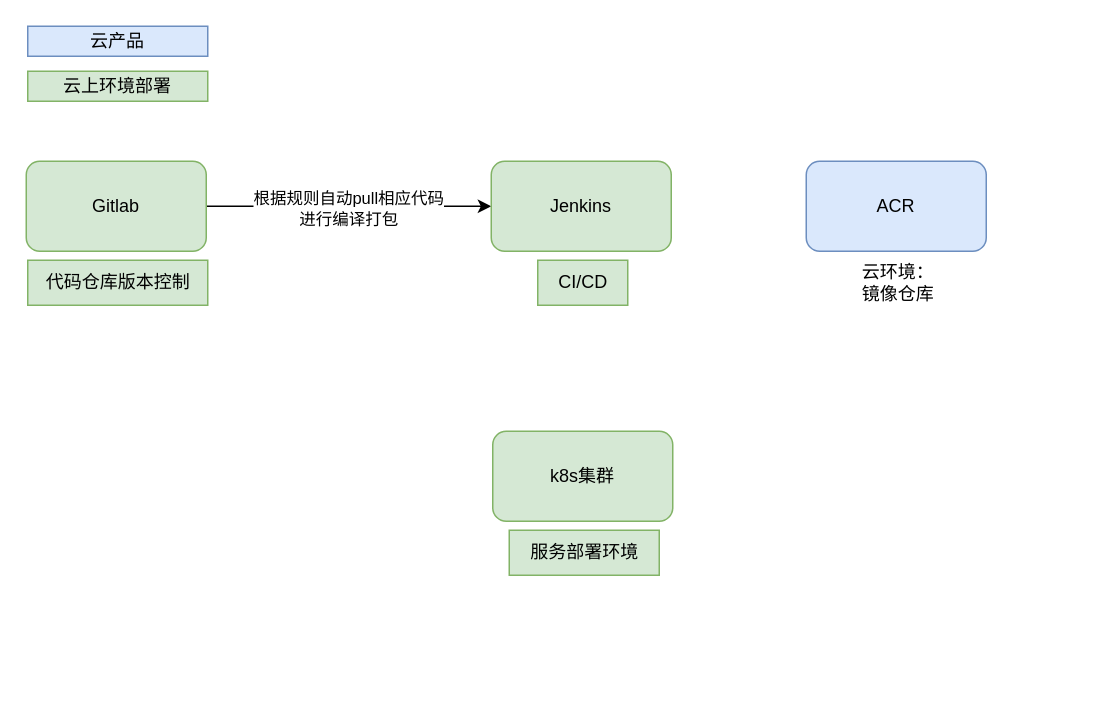
The draw.io diagram 未命名绘图2.drawio in nieo2002/20K-cities, before the edit. Source tidied: cells renumbered, new cells numbered last; positions are measured from the earlier drawing's top-left corner, leaving out a move shared by most shapes. Both pictures are drawn from the tidied source at 150%, with x=0, y=0 at pixel (26, 26).
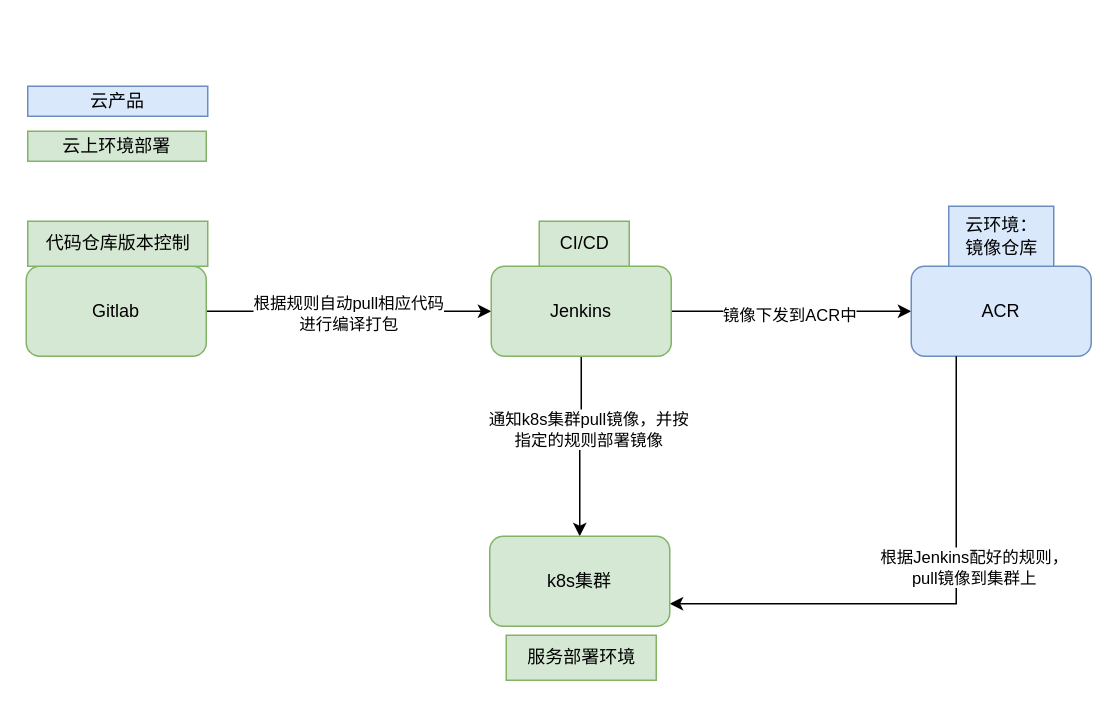
Above is the later version.

Commit message:
更新未命名绘图2.drawio

The edit, as a diff of the source:
```diff
@@
     <mxCell id="4" value="Gitlab" style="rounded=1;whiteSpace=wrap;html=1;fillColor=#d5e8d4;strokeColor=#82b366;" parent="1" vertex="1">
-      <mxGeometry y="90" width="120" height="60" as="geometry" />
+      <mxGeometry y="160" width="120" height="60" as="geometry" />
     </mxCell>
     <mxCell id="5" value="代码仓库版本控制" style="text;html=1;align=center;verticalAlign=middle;strokeColor=#82b366;fillColor=#d5e8d4;" parent="1" vertex="1">
-      <mxGeometry x="1" y="156" width="120" height="30" as="geometry" />
+      <mxGeometry x="1" y="130" width="120" height="30" as="geometry" />
     </mxCell>
+    <mxCell id="14" style="edgeStyle=orthogonalEdgeStyle;rounded=0;jettySize=auto;html=1;" parent="1" edge="1" source="6" target="8">
+      <mxGeometry relative="1" as="geometry" />
+    </mxCell>
+    <mxCell id="15" value="镜像下发到ACR中" style="edgeLabel;html=1;align=center;verticalAlign=middle;" parent="14" vertex="1">
+      <mxGeometry x="-0.03" y="-2" relative="1" as="geometry" />
+    </mxCell>
+    <mxCell id="16" style="edgeStyle=orthogonalEdgeStyle;rounded=0;jettySize=auto;html=1;entryX=0.5;entryY=0;entryDx=0;entryDy=0;" parent="1" edge="1" source="6" target="10">
+      <mxGeometry relative="1" as="geometry" />
+    </mxCell>
+    <mxCell id="17" value="通知k8s集群pull镜像，并按&lt;br&gt;指定的规则部署镜像" style="edgeLabel;html=1;align=center;verticalAlign=middle;" parent="16" vertex="1">
+      <mxGeometry x="-0.21" y="4" relative="1" as="geometry" />
+    </mxCell>
     <mxCell id="6" value="Jenkins" style="rounded=1;whiteSpace=wrap;html=1;fillColor=#d5e8d4;strokeColor=#82b366;" parent="1" vertex="1">
-      <mxGeometry x="310" y="90" width="120" height="60" as="geometry" />
+      <mxGeometry x="310" y="160" width="120" height="60" as="geometry" />
     </mxCell>
     <mxCell id="7" value="CI/CD" style="text;html=1;align=center;verticalAlign=middle;strokeColor=#82b366;fillColor=#d5e8d4;" parent="1" vertex="1">
-      <mxGeometry x="341" y="156" width="60" height="30" as="geometry" />
+      <mxGeometry x="342" y="130" width="60" height="30" as="geometry" />
     </mxCell>
     <mxCell id="8" value="ACR" style="rounded=1;whiteSpace=wrap;html=1;fillColor=#dae8fc;strokeColor=#6c8ebf;" parent="1" vertex="1">
-      <mxGeometry x="520" y="90" width="120" height="60" as="geometry" />
+      <mxGeometry x="590" y="160" width="120" height="60" as="geometry" />
     </mxCell>
+    <mxCell id="18" style="edgeStyle=orthogonalEdgeStyle;rounded=0;jettySize=auto;html=1;entryX=1;entryY=0.75;entryDx=0;entryDy=0;" parent="1" edge="1" target="10">
+      <mxGeometry relative="1" as="geometry">
+        <mxPoint x="620" y="220" as="sourcePoint" />
+        <Array as="points">
+          <mxPoint x="620" y="385" />
+        </Array>
+      </mxGeometry>
+    </mxCell>
+    <mxCell id="19" value="根据Jenkins配好的规则，&lt;br&gt;pull镜像到集群上" style="edgeLabel;html=1;align=center;verticalAlign=middle;" parent="18" vertex="1">
+      <mxGeometry x="0.2" y="3" relative="1" as="geometry">
+        <mxPoint x="60" y="-28" as="offset" />
+      </mxGeometry>
+    </mxCell>
-    <mxCell id="9" value="云环境：&lt;br&gt;镜像仓库" style="text;html=1;align=center;verticalAlign=middle;strokeColor=none;fillColor=none;" parent="1" vertex="1">
-      <mxGeometry x="546" y="151" width="70" height="40" as="geometry" />
+    <mxCell id="9" value="云环境：&lt;br&gt;镜像仓库" style="text;html=1;align=center;verticalAlign=middle;strokeColor=#6c8ebf;fillColor=#dae8fc;" parent="1" vertex="1">
+      <mxGeometry x="615" y="120" width="70" height="40" as="geometry" />
     </mxCell>
     <mxCell id="10" value="k8s集群" style="rounded=1;whiteSpace=wrap;html=1;fillColor=#d5e8d4;strokeColor=#82b366;" parent="1" vertex="1">
-      <mxGeometry x="311" y="270" width="120" height="60" as="geometry" />
+      <mxGeometry x="309" y="340" width="120" height="60" as="geometry" />
     </mxCell>
     <mxCell id="11" value="服务部署环境" style="text;html=1;align=center;verticalAlign=middle;strokeColor=#82b366;fillColor=#d5e8d4;" parent="1" vertex="1">
-      <mxGeometry x="322" y="336" width="100" height="30" as="geometry" />
+      <mxGeometry x="320" y="406" width="100" height="30" as="geometry" />
     </mxCell>
     <mxCell id="12" value="云产品" style="rounded=0;whiteSpace=wrap;html=1;fillColor=#dae8fc;strokeColor=#6c8ebf;" parent="1" vertex="1">
-      <mxGeometry x="1" width="120" height="20" as="geometry" />
+      <mxGeometry x="1" y="40" width="120" height="20" as="geometry" />
     </mxCell>
     <mxCell id="13" value="云上环境部署" style="rounded=0;whiteSpace=wrap;html=1;fillColor=#d5e8d4;strokeColor=#82b366;" parent="1" vertex="1">
-      <mxGeometry x="1" y="30" width="120" height="20" as="geometry" />
+      <mxGeometry x="1" y="70" width="119" height="20" as="geometry" />
     </mxCell>
```
